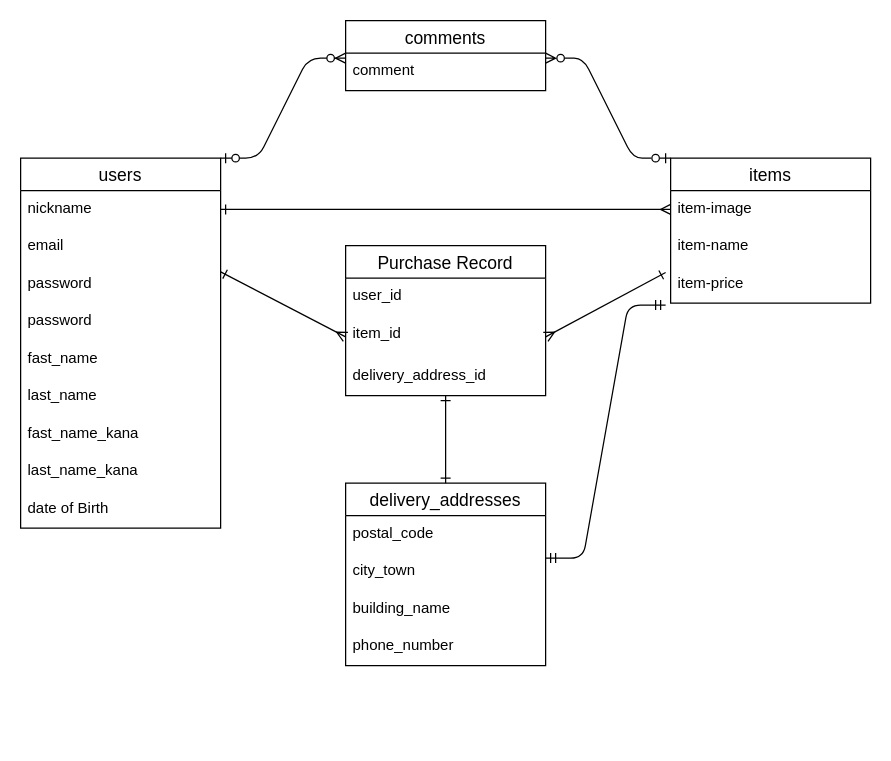
junyano3/furima-39309 keeps this draw.io diagram as er.dio. Above is the earlier version. Source tidied: cells renumbered, new cells numbered last; positions are measured from the earlier drawing's top-left corner, leaving out a move shared by most shapes. Both pictures are drawn from the tidied source at 125%, with x=0, y=0 at pixel (20, 20).
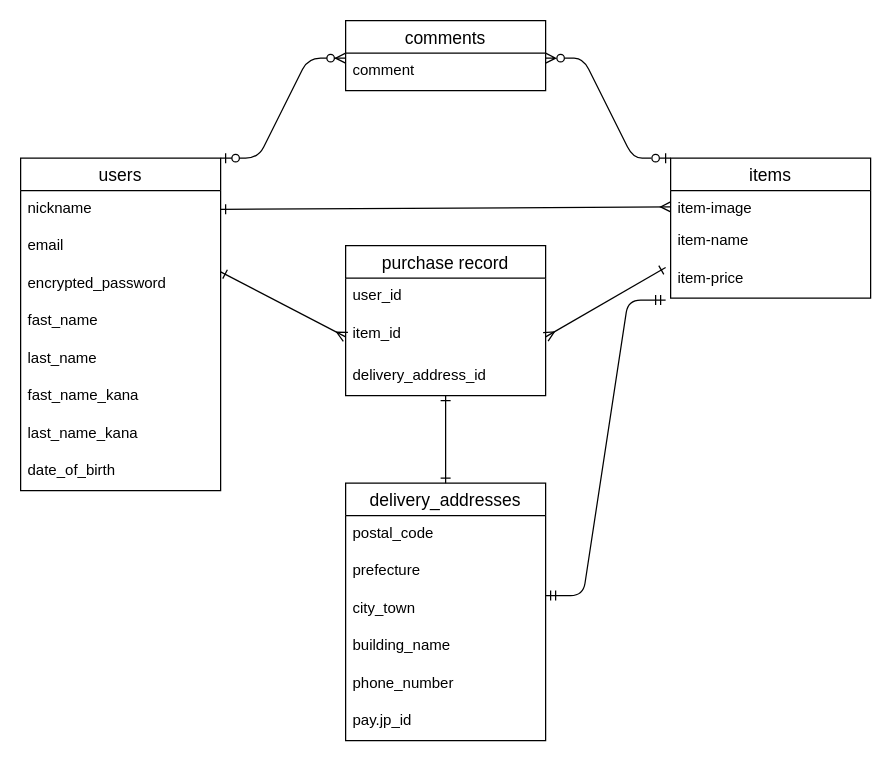
After the change.

Unchanged cells that the change refers to:
```xml
<mxCell id="26" value="item_id" style="text;strokeColor=none;fillColor=none;spacingLeft=4;spacingRight=4;overflow=hidden;points=[[0,0.5],[1,0.5]];portConstraint=eastwest;fontSize=12;" parent="24" vertex="1">
  <mxGeometry y="56" width="160" height="34" as="geometry" />
</mxCell>
```

The edit, as a diff of the source:
```diff
@@
     <mxCell id="2" value="users" style="swimlane;fontStyle=0;horizontal=1;startSize=26;align=center;fontSize=14;" parent="1" vertex="1">
-      <mxGeometry y="110" width="160" height="296" as="geometry" />
+      <mxGeometry y="110" width="160" height="266" as="geometry" />
     </mxCell>
@@
-    <mxCell id="5" value="password" style="text;strokeColor=none;fillColor=none;spacingLeft=4;spacingRight=4;overflow=hidden;points=[[0,0.5],[1,0.5]];portConstraint=eastwest;fontSize=12;" parent="2" vertex="1">
-      <mxGeometry y="86" width="160" height="30" as="geometry" />
-    </mxCell>
-    <mxCell id="6" value="password" style="text;strokeColor=none;fillColor=none;spacingLeft=4;spacingRight=4;overflow=hidden;fontSize=12;" parent="2" vertex="1">
-      <mxGeometry y="116" width="160" height="30" as="geometry" />
+    <mxCell id="6" value="encrypted_password" style="text;strokeColor=none;fillColor=none;spacingLeft=4;spacingRight=4;overflow=hidden;fontSize=12;" parent="2" vertex="1">
+      <mxGeometry y="86" width="160" height="30" as="geometry" />
     </mxCell>
     <mxCell id="7" value="fast_name" style="text;strokeColor=none;fillColor=none;spacingLeft=4;spacingRight=4;overflow=hidden;fontSize=12;" parent="2" vertex="1">
-      <mxGeometry y="146" width="160" height="30" as="geometry" />
+      <mxGeometry y="116" width="160" height="30" as="geometry" />
     </mxCell>
     <mxCell id="8" value="last_name" style="text;strokeColor=none;fillColor=none;spacingLeft=4;spacingRight=4;overflow=hidden;fontSize=12;" parent="2" vertex="1">
-      <mxGeometry y="176" width="160" height="30" as="geometry" />
+      <mxGeometry y="146" width="160" height="30" as="geometry" />
     </mxCell>
     <mxCell id="9" value="fast_name_kana" style="text;strokeColor=none;fillColor=none;spacingLeft=4;spacingRight=4;overflow=hidden;fontSize=12;" parent="2" vertex="1">
-      <mxGeometry y="206" width="160" height="30" as="geometry" />
+      <mxGeometry y="176" width="160" height="30" as="geometry" />
     </mxCell>
     <mxCell id="10" value="last_name_kana" style="text;strokeColor=none;fillColor=none;spacingLeft=4;spacingRight=4;overflow=hidden;fontSize=12;" parent="2" vertex="1">
-      <mxGeometry y="236" width="160" height="30" as="geometry" />
+      <mxGeometry y="206" width="160" height="30" as="geometry" />
     </mxCell>
-    <mxCell id="11" value="date of Birth  " style="text;strokeColor=none;fillColor=none;spacingLeft=4;spacingRight=4;overflow=hidden;fontSize=12;" parent="2" vertex="1">
-      <mxGeometry y="266" width="160" height="30" as="geometry" />
+    <mxCell id="11" value="date_of_birth  " style="text;strokeColor=none;fillColor=none;spacingLeft=4;spacingRight=4;overflow=hidden;fontSize=12;" parent="2" vertex="1">
+      <mxGeometry y="236" width="160" height="30" as="geometry" />
     </mxCell>
     <mxCell id="12" value="items" style="swimlane;fontStyle=0;horizontal=1;startSize=26;align=center;fontSize=14;" parent="1" vertex="1">
-      <mxGeometry x="520" y="110" width="160" height="116" as="geometry" />
+      <mxGeometry x="520" y="110" width="160" height="112" as="geometry" />
     </mxCell>
     <mxCell id="13" value="item-image" style="text;strokeColor=none;fillColor=none;spacingLeft=4;spacingRight=4;overflow=hidden;points=[[0,0.5],[1,0.5]];portConstraint=eastwest;fontSize=12;" parent="12" vertex="1">
-      <mxGeometry y="26" width="160" height="30" as="geometry" />
+      <mxGeometry y="26" width="160" height="26" as="geometry" />
     </mxCell>
     <mxCell id="14" value="item-name" style="text;strokeColor=none;fillColor=none;spacingLeft=4;spacingRight=4;overflow=hidden;fontSize=12;" parent="12" vertex="1">
-      <mxGeometry y="56" width="160" height="30" as="geometry" />
+      <mxGeometry y="52" width="160" height="30" as="geometry" />
     </mxCell>
     <mxCell id="15" value="item-price" style="text;strokeColor=none;fillColor=none;spacingLeft=4;spacingRight=4;overflow=hidden;points=[[0,0.5],[1,0.5]];portConstraint=eastwest;fontSize=12;" parent="12" vertex="1">
-      <mxGeometry y="86" width="160" height="30" as="geometry" />
+      <mxGeometry y="82" width="160" height="30" as="geometry" />
     </mxCell>
     <mxCell id="16" value="delivery_addresses" style="swimlane;fontStyle=0;horizontal=1;startSize=26;align=center;fontSize=14;" parent="1" vertex="1">
-      <mxGeometry x="260" y="370" width="160" height="146" as="geometry" />
+      <mxGeometry x="260" y="370" width="160" height="206" as="geometry" />
     </mxCell>
@@
+    <mxCell id="34" value="prefecture " style="text;strokeColor=none;fillColor=none;spacingLeft=4;spacingRight=4;overflow=hidden;fontSize=12;" parent="16" vertex="1">
+      <mxGeometry y="56" width="160" height="30" as="geometry" />
+    </mxCell>
     <mxCell id="18" value="city_town" style="text;strokeColor=none;fillColor=none;spacingLeft=4;spacingRight=4;overflow=hidden;points=[[0,0.5],[1,0.5]];portConstraint=eastwest;fontSize=12;" parent="16" vertex="1">
-      <mxGeometry y="56" width="160" height="30" as="geometry" />
+      <mxGeometry y="86" width="160" height="30" as="geometry" />
     </mxCell>
     <mxCell id="19" value="building_name&#10;" style="text;strokeColor=none;fillColor=none;spacingLeft=4;spacingRight=4;overflow=hidden;fontSize=12;" parent="16" vertex="1">
-      <mxGeometry y="86" width="160" height="30" as="geometry" />
+      <mxGeometry y="116" width="160" height="30" as="geometry" />
     </mxCell>
     <mxCell id="20" value="phone_number " style="text;strokeColor=none;fillColor=none;spacingLeft=4;spacingRight=4;overflow=hidden;fontSize=12;" parent="16" vertex="1">
-      <mxGeometry y="116" width="160" height="30" as="geometry" />
+      <mxGeometry y="146" width="160" height="30" as="geometry" />
     </mxCell>
+    <mxCell id="35" value=" pay.jp_id " style="text;strokeColor=none;fillColor=none;spacingLeft=4;spacingRight=4;overflow=hidden;fontSize=12;" parent="16" vertex="1">
+      <mxGeometry y="176" width="160" height="30" as="geometry" />
+    </mxCell>
@@
-    <mxCell id="24" value="Purchase Record" style="swimlane;fontStyle=0;horizontal=1;startSize=26;align=center;fontSize=14;" parent="1" vertex="1">
+    <mxCell id="24" value="purchase record" style="swimlane;fontStyle=0;horizontal=1;startSize=26;align=center;fontSize=14;" parent="1" vertex="1">
       <mxGeometry x="260" y="180" width="160" height="120" as="geometry" />
     </mxCell>
@@
-    <mxCell id="31" style="edgeStyle=none;html=1;exitX=0;exitY=0.5;exitDx=0;exitDy=0;entryX=1;entryY=0.167;entryDx=0;entryDy=0;entryPerimeter=0;startArrow=ERmany;startFill=0;endArrow=ERone;endFill=0;" parent="1" edge="1" source="26" target="5">
-      <mxGeometry relative="1" as="geometry" />
+    <mxCell id="31" style="edgeStyle=none;html=1;exitX=0;exitY=0.5;exitDx=0;exitDy=0;entryX=1;entryY=0.167;entryDx=0;entryDy=0;entryPerimeter=0;startArrow=ERmany;startFill=0;endArrow=ERone;endFill=0;" parent="1" edge="1" source="26">
+      <mxGeometry relative="1" as="geometry">
+        <mxPoint x="160" y="201" as="targetPoint" />
+      </mxGeometry>
     </mxCell>
```
